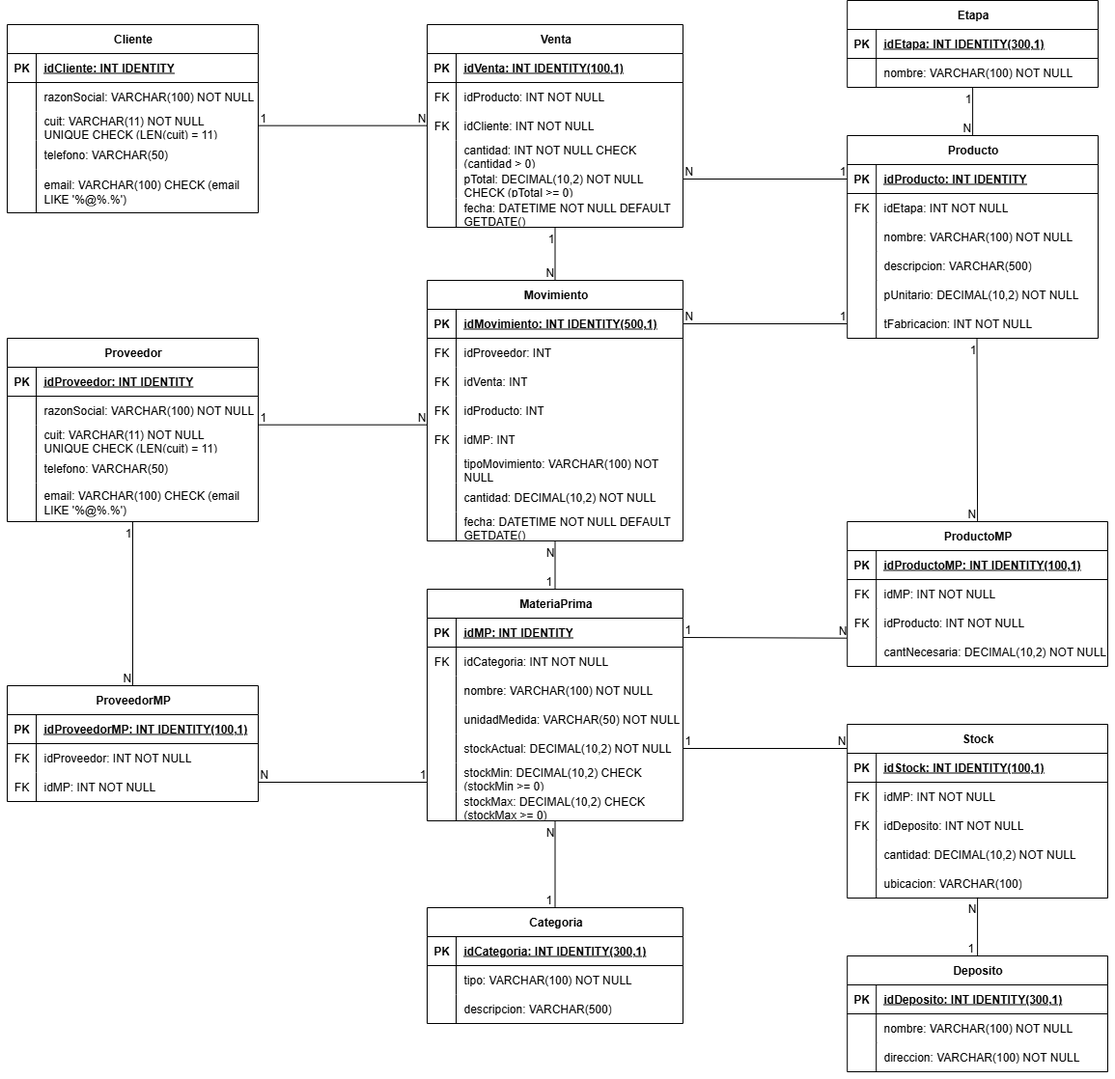
Earlier version of the draw.io export diagramas/modelo_fisico.png (FacundoMuruchi/BD-Fabrica-Metalurgica). Source tidied: cells renumbered, new cells last; positions are measured from the earlier drawing's top-left corner, leaving out a move shared by most shapes.
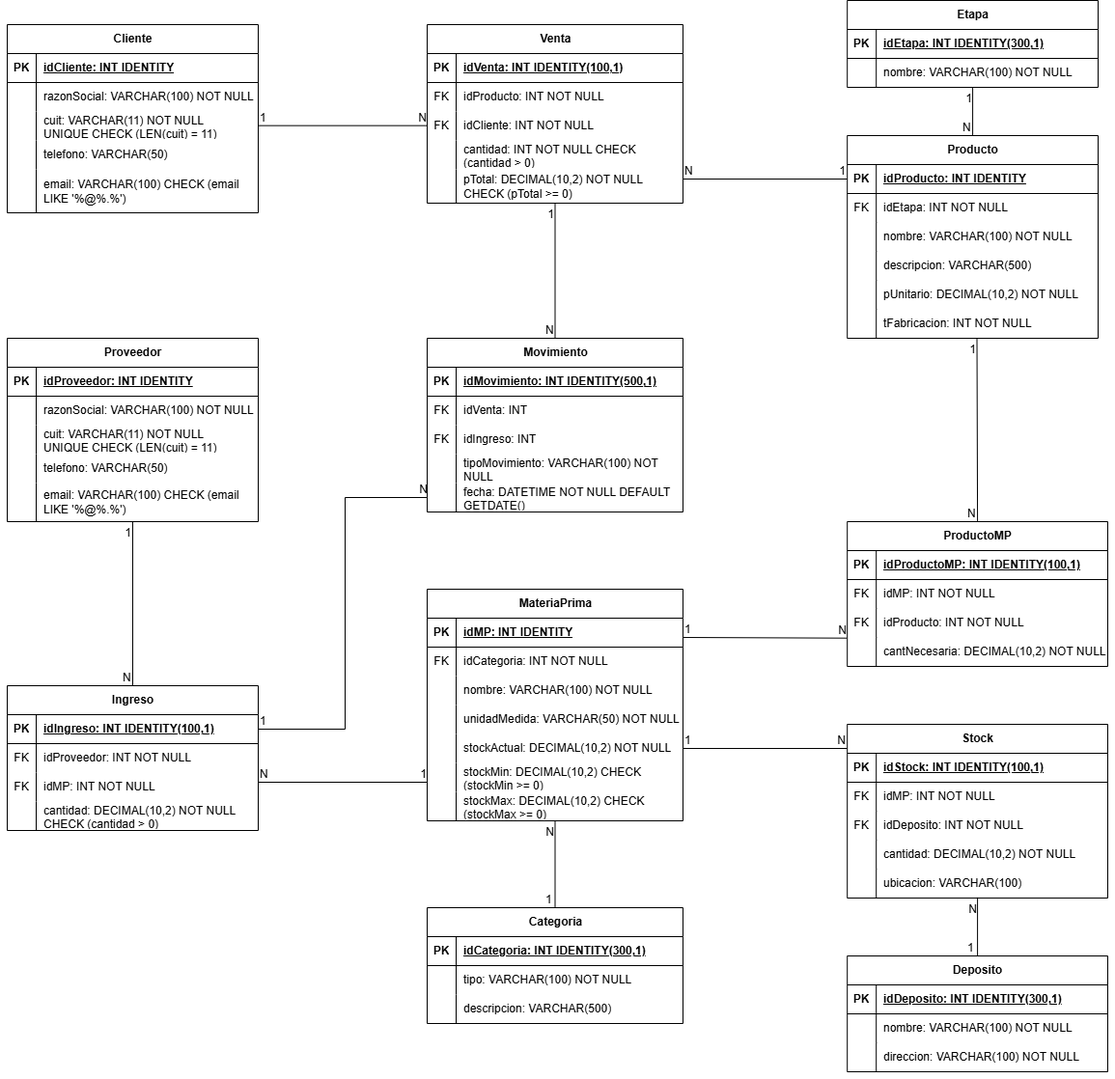
The same diagram one commit later.

What changed in the source:
```diff
@@ -176,8 +176,8 @@
     <mxCell id="59" value="direccion: VARCHAR(100) NOT NULL" style="shape=partialRectangle;fillColor=none;top=0;left=0;bottom=0;right=0;align=left;spacingLeft=6;overflow=hidden;whiteSpace=wrap;html=1;strokeWidth=11;" parent="57" vertex="1">
       <mxGeometry x="30" width="239.8" height="30" as="geometry" />
     </mxCell>
-    <mxCell id="60" value="ProveedorMP" style="shape=table;startSize=30;rowLines=0;fontStyle=1;align=center;html=1;" parent="1" vertex="1">
-      <mxGeometry y="710" width="260" height="120" as="geometry" />
+    <mxCell id="60" value="Ingreso" style="shape=table;startSize=30;rowLines=0;fontStyle=1;align=center;html=1;" parent="1" vertex="1">
+      <mxGeometry y="710" width="260" height="150" as="geometry" />
     </mxCell>
     <mxCell id="61" style="shape=tableRow;horizontal=0;startSize=0;swimlaneHead=0;swimlaneBody=0;fillColor=none;points=[[0,0.5],[1,0.5]];portConstraint=eastwest;top=0;left=0;right=0;bottom=1;" parent="60" vertex="1">
       <mxGeometry y="30" width="260" height="30" as="geometry" />
@@ -185,7 +185,7 @@
     <mxCell id="62" value="PK" style="shape=partialRectangle;fillColor=none;top=0;left=0;bottom=0;right=0;fontStyle=1;overflow=hidden;whiteSpace=wrap;html=1;" parent="61" vertex="1">
       <mxGeometry width="30" height="30" as="geometry" />
     </mxCell>
-    <mxCell id="63" value="idProveedorMP: INT IDENTITY(100,1)" style="shape=partialRectangle;fillColor=none;top=0;left=0;bottom=0;right=0;align=left;spacingLeft=6;fontStyle=5;overflow=hidden;whiteSpace=wrap;html=1;" parent="61" vertex="1">
+    <mxCell id="63" value="idIngreso: INT IDENTITY(100,1)" style="shape=partialRectangle;fillColor=none;top=0;left=0;bottom=0;right=0;align=left;spacingLeft=6;fontStyle=5;overflow=hidden;whiteSpace=wrap;html=1;" parent="61" vertex="1">
       <mxGeometry x="30" width="230" height="30" as="geometry" />
     </mxCell>
     <mxCell id="64" style="shape=tableRow;horizontal=0;startSize=0;swimlaneHead=0;swimlaneBody=0;fillColor=none;top=0;left=0;right=0;bottom=0;" parent="60" vertex="1">
@@ -206,6 +206,15 @@
     <mxCell id="69" value="idMP: INT NOT NULL" style="shape=partialRectangle;fillColor=none;top=0;left=0;bottom=0;right=0;align=left;spacingLeft=6;overflow=hidden;whiteSpace=wrap;html=1;strokeWidth=11;" parent="67" vertex="1">
       <mxGeometry x="30" width="230" height="30" as="geometry" />
     </mxCell>
+    <mxCell id="227" style="shape=tableRow;horizontal=0;startSize=0;swimlaneHead=0;swimlaneBody=0;fillColor=none;top=0;left=0;right=0;bottom=0;strokeWidth=15;swimlaneFillColor=none;strokeColor=default;perimeterSpacing=12;dashed=1;dashPattern=8 8;" parent="60" vertex="1">
+      <mxGeometry y="120" width="260" height="30" as="geometry" />
+    </mxCell>
+    <mxCell id="228" style="shape=partialRectangle;fillColor=none;top=0;left=0;bottom=0;right=0;overflow=hidden;whiteSpace=wrap;html=1;" parent="227" vertex="1">
+      <mxGeometry width="30" height="30" as="geometry" />
+    </mxCell>
+    <mxCell id="229" value="cantidad: DECIMAL(10,2) NOT NULL CHECK (cantidad &amp;gt; 0)" style="shape=partialRectangle;fillColor=none;top=0;left=0;bottom=0;right=0;align=left;spacingLeft=6;overflow=hidden;whiteSpace=wrap;html=1;strokeWidth=11;" parent="227" vertex="1">
+      <mxGeometry x="30" width="230" height="30" as="geometry" />
+    </mxCell>
     <mxCell id="70" value="Stock" style="shape=table;startSize=30;rowLines=0;fontStyle=1;align=center;html=1;" parent="1" vertex="1">
       <mxGeometry x="870.2" y="750" width="269.8" height="180" as="geometry" />
     </mxCell>
@@ -432,7 +441,7 @@
       <mxGeometry x="30" width="230" height="45" as="geometry" />
     </mxCell>
     <mxCell id="144" value="Venta" style="shape=table;startSize=30;rowLines=0;fontStyle=1;align=center;html=1;" parent="1" vertex="1">
-      <mxGeometry x="435" y="25" width="265" height="210" as="geometry" />
+      <mxGeometry x="435" y="25" width="265" height="185" as="geometry" />
     </mxCell>
     <mxCell id="145" style="shape=tableRow;horizontal=0;startSize=0;swimlaneHead=0;swimlaneBody=0;fillColor=none;top=0;left=0;right=0;bottom=1;" parent="144" vertex="1">
       <mxGeometry y="30" width="265" height="30" as="geometry" />
@@ -471,25 +480,16 @@
       <mxGeometry x="30" width="235" height="30" as="geometry" />
     </mxCell>
     <mxCell id="157" style="shape=tableRow;horizontal=0;startSize=0;swimlaneHead=0;swimlaneBody=0;fillColor=none;points=[[0,0.5],[1,0.5]];portConstraint=eastwest;top=0;left=0;right=0;bottom=0;" parent="144" vertex="1">
-      <mxGeometry y="150" width="265" height="30" as="geometry" />
+      <mxGeometry y="150" width="265" height="35" as="geometry" />
     </mxCell>
     <mxCell id="158" style="shape=partialRectangle;fillColor=none;top=0;left=0;bottom=0;right=0;overflow=hidden;whiteSpace=wrap;html=1;" parent="157" vertex="1">
-      <mxGeometry width="30" height="30" as="geometry" />
+      <mxGeometry width="30" height="35" as="geometry" />
     </mxCell>
     <mxCell id="159" value="pTotal: DECIMAL(10,2) NOT NULL CHECK (pTotal &amp;gt;= 0)" style="shape=partialRectangle;fillColor=none;top=0;left=0;bottom=0;right=0;align=left;spacingLeft=6;overflow=hidden;whiteSpace=wrap;html=1;" parent="157" vertex="1">
-      <mxGeometry x="30" width="235" height="30" as="geometry" />
+      <mxGeometry x="30" width="235" height="35" as="geometry" />
     </mxCell>
-    <mxCell id="160" style="shape=tableRow;horizontal=0;startSize=0;swimlaneHead=0;swimlaneBody=0;fillColor=none;points=[[0,0.5],[1,0.5]];portConstraint=eastwest;top=0;left=0;right=0;bottom=0;" parent="144" vertex="1">
-      <mxGeometry y="180" width="265" height="30" as="geometry" />
-    </mxCell>
-    <mxCell id="161" style="shape=partialRectangle;fillColor=none;top=0;left=0;bottom=0;right=0;overflow=hidden;whiteSpace=wrap;html=1;" parent="160" vertex="1">
-      <mxGeometry width="30" height="30" as="geometry" />
-    </mxCell>
-    <mxCell id="162" value="fecha: DATETIME NOT NULL DEFAULT GETDATE()" style="shape=partialRectangle;fillColor=none;top=0;left=0;bottom=0;right=0;align=left;spacingLeft=6;overflow=hidden;whiteSpace=wrap;html=1;" parent="160" vertex="1">
-      <mxGeometry x="30" width="235" height="30" as="geometry" />
-    </mxCell>
     <mxCell id="163" value="Movimiento" style="shape=table;startSize=30;rowLines=0;fontStyle=1;align=center;html=1;" parent="1" vertex="1">
-      <mxGeometry x="435" y="290" width="265" height="270" as="geometry" />
+      <mxGeometry x="435" y="350" width="265" height="180" as="geometry" />
     </mxCell>
     <mxCell id="164" style="shape=tableRow;horizontal=0;startSize=0;swimlaneHead=0;swimlaneBody=0;fillColor=none;points=[[0,0.5],[1,0.5]];portConstraint=eastwest;top=0;left=0;right=0;bottom=1;" parent="163" vertex="1">
       <mxGeometry y="30" width="265" height="30" as="geometry" />
@@ -500,17 +500,8 @@
     <mxCell id="166" value="idMovimiento: INT IDENTITY(500,1)" style="shape=partialRectangle;fillColor=none;top=0;left=0;bottom=0;right=0;align=left;spacingLeft=6;fontStyle=5;overflow=hidden;whiteSpace=wrap;html=1;" parent="164" vertex="1">
       <mxGeometry x="30" width="235" height="30" as="geometry" />
     </mxCell>
-    <mxCell id="167" style="shape=tableRow;horizontal=0;startSize=0;swimlaneHead=0;swimlaneBody=0;fillColor=none;top=0;left=0;right=0;bottom=0;" parent="163" vertex="1">
-      <mxGeometry y="60" width="265" height="30" as="geometry" />
-    </mxCell>
-    <mxCell id="168" value="FK" style="shape=partialRectangle;fillColor=none;top=0;left=0;bottom=0;right=0;overflow=hidden;whiteSpace=wrap;html=1;" parent="167" vertex="1">
-      <mxGeometry width="30" height="30" as="geometry" />
-    </mxCell>
-    <mxCell id="169" value="idProveedor: INT" style="shape=partialRectangle;fillColor=none;top=0;left=0;bottom=0;right=0;align=left;spacingLeft=6;overflow=hidden;whiteSpace=wrap;html=1;" parent="167" vertex="1">
-      <mxGeometry x="30" width="235" height="30" as="geometry" />
-    </mxCell>
     <mxCell id="170" style="shape=tableRow;horizontal=0;startSize=0;swimlaneHead=0;swimlaneBody=0;fillColor=none;top=0;left=0;right=0;bottom=0;strokeWidth=15;swimlaneFillColor=none;strokeColor=default;perimeterSpacing=12;dashed=1;dashPattern=8 8;" parent="163" vertex="1">
-      <mxGeometry y="90" width="265" height="30" as="geometry" />
+      <mxGeometry y="60" width="265" height="30" as="geometry" />
     </mxCell>
     <mxCell id="171" value="FK" style="shape=partialRectangle;fillColor=none;top=0;left=0;bottom=0;right=0;overflow=hidden;whiteSpace=wrap;html=1;" parent="170" vertex="1">
       <mxGeometry width="30" height="30" as="geometry" />
@@ -518,26 +509,17 @@
     <mxCell id="172" value="idVenta: INT" style="shape=partialRectangle;fillColor=none;top=0;left=0;bottom=0;right=0;align=left;spacingLeft=6;overflow=hidden;whiteSpace=wrap;html=1;strokeWidth=11;" parent="170" vertex="1">
       <mxGeometry x="30" width="235" height="30" as="geometry" />
     </mxCell>
-    <mxCell id="173" style="shape=tableRow;horizontal=0;startSize=0;swimlaneHead=0;swimlaneBody=0;fillColor=none;top=0;left=0;right=0;bottom=0;" parent="163" vertex="1">
-      <mxGeometry y="120" width="265" height="30" as="geometry" />
-    </mxCell>
-    <mxCell id="174" value="FK" style="shape=partialRectangle;fillColor=none;top=0;left=0;bottom=0;right=0;overflow=hidden;whiteSpace=wrap;html=1;" parent="173" vertex="1">
-      <mxGeometry width="30" height="30" as="geometry" />
-    </mxCell>
-    <mxCell id="175" value="idProducto: INT" style="shape=partialRectangle;fillColor=none;top=0;left=0;bottom=0;right=0;align=left;spacingLeft=6;overflow=hidden;whiteSpace=wrap;html=1;" parent="173" vertex="1">
-      <mxGeometry x="30" width="235" height="30" as="geometry" />
-    </mxCell>
     <mxCell id="176" style="shape=tableRow;horizontal=0;startSize=0;swimlaneHead=0;swimlaneBody=0;fillColor=none;top=0;left=0;right=0;bottom=0;" parent="163" vertex="1">
-      <mxGeometry y="150" width="265" height="30" as="geometry" />
+      <mxGeometry y="90" width="265" height="30" as="geometry" />
     </mxCell>
     <mxCell id="177" value="FK" style="shape=partialRectangle;fillColor=none;top=0;left=0;bottom=0;right=0;overflow=hidden;whiteSpace=wrap;html=1;" parent="176" vertex="1">
       <mxGeometry width="30" height="30" as="geometry" />
     </mxCell>
-    <mxCell id="178" value="idMP: INT" style="shape=partialRectangle;fillColor=none;top=0;left=0;bottom=0;right=0;align=left;spacingLeft=6;overflow=hidden;whiteSpace=wrap;html=1;" parent="176" vertex="1">
+    <mxCell id="178" value="idIngreso: INT" style="shape=partialRectangle;fillColor=none;top=0;left=0;bottom=0;right=0;align=left;spacingLeft=6;overflow=hidden;whiteSpace=wrap;html=1;" parent="176" vertex="1">
       <mxGeometry x="30" width="235" height="30" as="geometry" />
     </mxCell>
     <mxCell id="179" style="shape=tableRow;horizontal=0;startSize=0;swimlaneHead=0;swimlaneBody=0;fillColor=none;top=0;left=0;right=0;bottom=0;" parent="163" vertex="1">
-      <mxGeometry y="180" width="265" height="30" as="geometry" />
+      <mxGeometry y="120" width="265" height="30" as="geometry" />
     </mxCell>
     <mxCell id="180" style="shape=partialRectangle;fillColor=none;top=0;left=0;bottom=0;right=0;overflow=hidden;whiteSpace=wrap;html=1;" parent="179" vertex="1">
       <mxGeometry width="30" height="30" as="geometry" />
@@ -545,17 +527,8 @@
     <mxCell id="181" value="tipoMovimiento: VARCHAR(100) NOT NULL" style="shape=partialRectangle;fillColor=none;top=0;left=0;bottom=0;right=0;align=left;spacingLeft=6;overflow=hidden;whiteSpace=wrap;html=1;" parent="179" vertex="1">
       <mxGeometry x="30" width="235" height="30" as="geometry" />
     </mxCell>
-    <mxCell id="182" style="shape=tableRow;horizontal=0;startSize=0;swimlaneHead=0;swimlaneBody=0;fillColor=none;top=0;left=0;right=0;bottom=0;" parent="163" vertex="1">
-      <mxGeometry y="210" width="265" height="30" as="geometry" />
-    </mxCell>
-    <mxCell id="183" style="shape=partialRectangle;fillColor=none;top=0;left=0;bottom=0;right=0;overflow=hidden;whiteSpace=wrap;html=1;" parent="182" vertex="1">
-      <mxGeometry width="30" height="30" as="geometry" />
-    </mxCell>
-    <mxCell id="184" value="cantidad: DECIMAL(10,2) NOT NULL" style="shape=partialRectangle;fillColor=none;top=0;left=0;bottom=0;right=0;align=left;spacingLeft=6;overflow=hidden;whiteSpace=wrap;html=1;" parent="182" vertex="1">
-      <mxGeometry x="30" width="235" height="30" as="geometry" />
-    </mxCell>
     <mxCell id="185" style="shape=tableRow;horizontal=0;startSize=0;swimlaneHead=0;swimlaneBody=0;fillColor=none;points=[[0,0.5],[1,0.5]];portConstraint=eastwest;top=0;left=0;right=0;bottom=0;" parent="163" vertex="1">
-      <mxGeometry y="240" width="265" height="30" as="geometry" />
+      <mxGeometry y="150" width="265" height="30" as="geometry" />
     </mxCell>
     <mxCell id="186" style="shape=partialRectangle;fillColor=none;top=0;left=0;bottom=0;right=0;overflow=hidden;whiteSpace=wrap;html=1;" parent="185" vertex="1">
       <mxGeometry width="30" height="30" as="geometry" />
@@ -587,7 +560,7 @@
         <mxPoint y="20" as="offset" />
       </mxGeometry>
     </mxCell>
-    <mxCell id="194" style="endArrow=none;html=1;rounded=0;exitX=0.5;exitY=0;exitDx=0;exitDy=0;" parent="1" edge="1" source="163" target="160">
+    <mxCell id="194" style="endArrow=none;html=1;rounded=0;exitX=0.5;exitY=0;exitDx=0;exitDy=0;" parent="1" edge="1" source="163" target="157">
       <mxGeometry relative="1" as="geometry" />
     </mxCell>
     <mxCell id="195" value="N" style="html=1;whiteSpace=wrap;align=left;verticalAlign=bottom;" parent="194" vertex="1">
@@ -600,40 +573,6 @@
         <mxPoint y="20" as="offset" />
       </mxGeometry>
     </mxCell>
-    <mxCell id="197" style="endArrow=none;html=1;rounded=0;exitX=0.5;exitY=0;exitDx=0;exitDy=0;" parent="1" edge="1" source="18" target="185">
-      <mxGeometry relative="1" as="geometry" />
-    </mxCell>
-    <mxCell id="198" value="1" style="html=1;whiteSpace=wrap;align=left;verticalAlign=bottom;" parent="197" vertex="1">
-      <mxGeometry x="-1" relative="1" as="geometry">
-        <mxPoint x="-12" as="offset" />
-      </mxGeometry>
-    </mxCell>
-    <mxCell id="199" value="N" style="html=1;whiteSpace=wrap;align=right;verticalAlign=bottom;" parent="197" vertex="1">
-      <mxGeometry x="1" relative="1" as="geometry">
-        <mxPoint y="20" as="offset" />
-      </mxGeometry>
-    </mxCell>
-    <mxCell id="200" style="endArrow=none;html=1;rounded=0;entryX=0;entryY=0.5;entryDx=0;entryDy=0;exitX=1;exitY=0.5;exitDx=0;exitDy=0;" parent="1" edge="1">
-      <mxGeometry relative="1" as="geometry">
-        <mxPoint x="260" y="439.7" as="sourcePoint" />
-        <mxPoint x="435" y="439.7" as="targetPoint" />
-      </mxGeometry>
-    </mxCell>
-    <mxCell id="201" value="1" style="html=1;whiteSpace=wrap;align=left;verticalAlign=bottom;" parent="200" vertex="1">
-      <mxGeometry x="-1" relative="1" as="geometry" />
-    </mxCell>
-    <mxCell id="202" value="N" style="html=1;whiteSpace=wrap;align=right;verticalAlign=bottom;" parent="200" vertex="1">
-      <mxGeometry x="1" relative="1" as="geometry" />
-    </mxCell>
-    <mxCell id="203" style="endArrow=none;html=1;rounded=0;entryX=0;entryY=0.5;entryDx=0;entryDy=0;exitX=1;exitY=0.5;exitDx=0;exitDy=0;" parent="1" edge="1" source="164" target="105">
-      <mxGeometry relative="1" as="geometry" />
-    </mxCell>
-    <mxCell id="204" value="N" style="html=1;whiteSpace=wrap;align=left;verticalAlign=bottom;" parent="203" vertex="1">
-      <mxGeometry x="-1" relative="1" as="geometry" />
-    </mxCell>
-    <mxCell id="205" value="1" style="html=1;whiteSpace=wrap;align=right;verticalAlign=bottom;" parent="203" vertex="1">
-      <mxGeometry x="1" relative="1" as="geometry" />
-    </mxCell>
     <mxCell id="206" style="endArrow=none;html=1;rounded=0;exitX=0.5;exitY=0;exitDx=0;exitDy=0;" parent="1" edge="1" source="40" target="37">
       <mxGeometry relative="1" as="geometry" />
     </mxCell>
@@ -722,5 +661,21 @@
         <mxPoint y="20" as="offset" />
       </mxGeometry>
     </mxCell>
+    <mxCell id="230" style="endArrow=none;html=1;rounded=0;entryX=0;entryY=0.5;entryDx=0;entryDy=0;exitX=1;exitY=0.5;exitDx=0;exitDy=0;" parent="1" edge="1" source="61" target="185">
+      <mxGeometry relative="1" as="geometry">
+        <Array as="points">
+          <mxPoint x="350" y="755" />
+          <mxPoint x="350" y="515" />
+        </Array>
+      </mxGeometry>
+    </mxCell>
+    <mxCell id="231" value="1" style="html=1;whiteSpace=wrap;align=left;verticalAlign=bottom;" parent="230" vertex="1">
+      <mxGeometry x="-1" relative="1" as="geometry" />
+    </mxCell>
+    <mxCell id="232" value="N" style="html=1;whiteSpace=wrap;align=right;verticalAlign=bottom;" parent="230" vertex="1">
+      <mxGeometry x="1" relative="1" as="geometry">
+        <mxPoint x="1" as="offset" />
+      </mxGeometry>
+    </mxCell>
   </root>
 </mxGraphModel>
```
